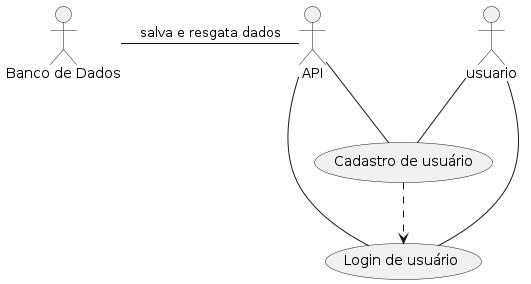
Before: src/UML/img/diagramaDeCasoDeUso.png, a diagram exported from PlantUML (FranCosMonX/Animes-Available).
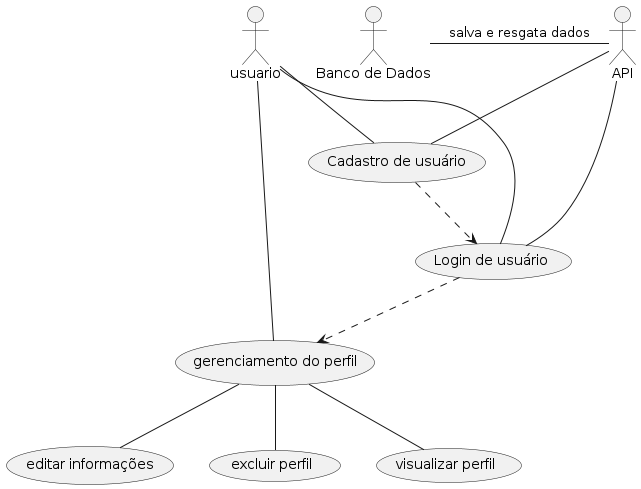
The same file after the commit.

Commit message:
implementando o popup de excluir a conta

Diff of the diagram source:
```diff
@@ -6,10 +6,19 @@
 
 usecase "Cadastro de usuário" as cadastro
 usecase "Login de usuário" as login
+usecase "gerenciamento do perfil" as gerPerfil
+usecase "editar informações" as editInfoPerfil
+usecase "excluir perfil" as excluirPerfil
+usecase "visualizar perfil" as exibirInfoPerfil
 
 usuario -- cadastro
 usuario -- login
+usuario -- gerPerfil
 cadastro .-> login
+login .-> gerPerfil
+gerPerfil -- editInfoPerfil
+gerPerfil -- excluirPerfil
+gerPerfil -- exibirInfoPerfil
 API -left- BD : salva e resgata dados
 API -- cadastro
 API -- login
```
